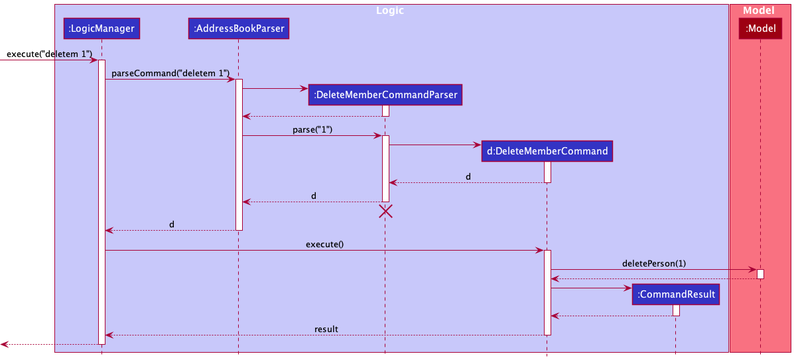
Above: docs/images/DeleteSequenceDiagram.png in nus-cs2103-AY2122S1/tp (PlantUML), before the change. Its source is kept beside it as docs/diagrams/DeleteSequenceDiagram.puml.
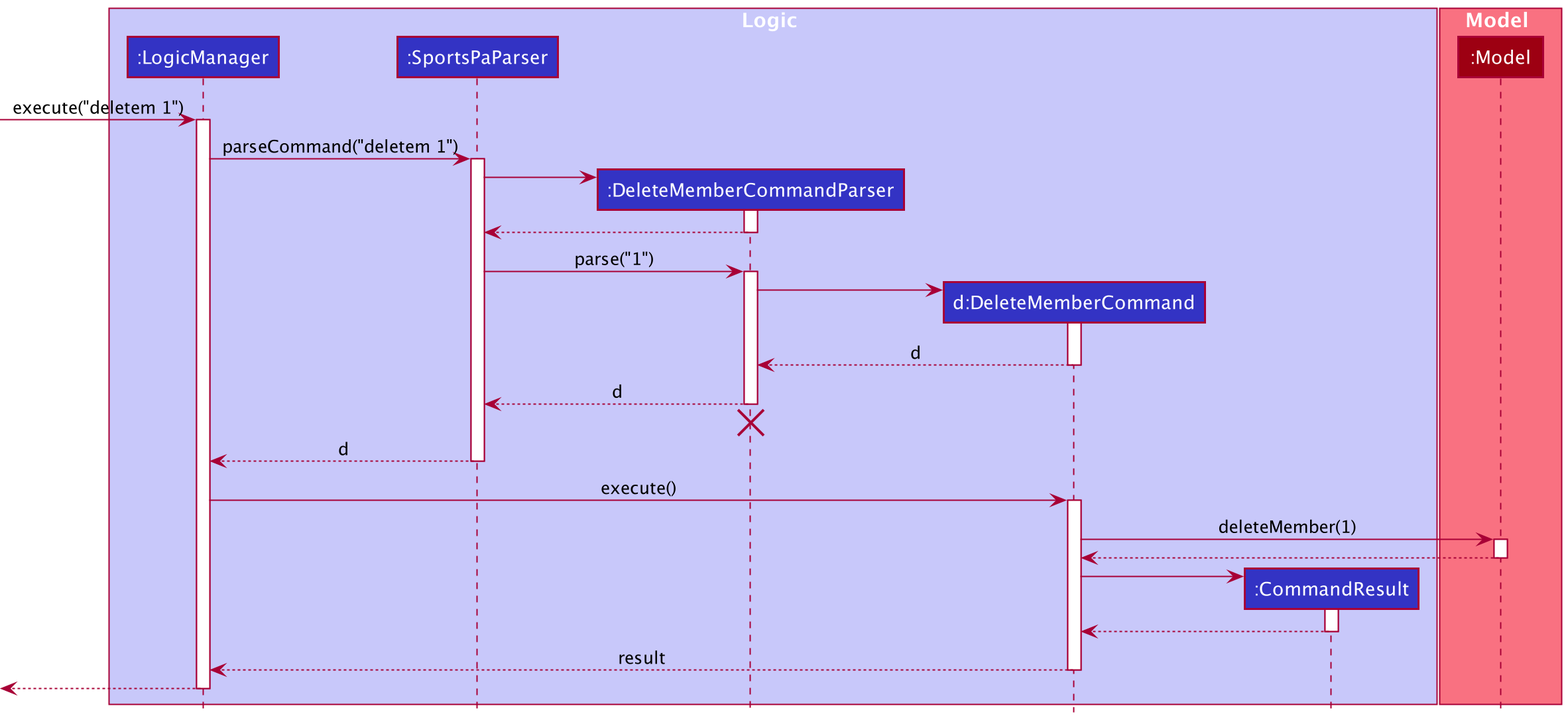
The same diagram one commit later.

Diff of the diagram source:
```diff
@@ -3,7 +3,7 @@
 
 box Logic LOGIC_COLOR_T1
 participant ":LogicManager" as LogicManager LOGIC_COLOR
-participant ":AddressBookParser" as AddressBookParser LOGIC_COLOR
+participant ":SportsPaParser" as SportsPaParser LOGIC_COLOR
 participant ":DeleteMemberCommandParser" as DeleteCommandParser LOGIC_COLOR
 participant "d:DeleteMemberCommand" as DeleteCommand LOGIC_COLOR
 participant ":CommandResult" as CommandResult LOGIC_COLOR
@@ -16,17 +16,17 @@
 [-> LogicManager : execute("deletem 1")
 activate LogicManager
 
-LogicManager -> AddressBookParser : parseCommand("deletem 1")
-activate AddressBookParser
+LogicManager -> SportsPaParser : parseCommand("deletem 1")
+activate SportsPaParser
 
 create DeleteCommandParser
-AddressBookParser -> DeleteCommandParser
+SportsPaParser -> DeleteCommandParser
 activate DeleteCommandParser
 
-DeleteCommandParser --> AddressBookParser
+DeleteCommandParser --> SportsPaParser
 deactivate DeleteCommandParser
 
-AddressBookParser -> DeleteCommandParser : parse("1")
+SportsPaParser -> DeleteCommandParser : parse("1")
 activate DeleteCommandParser
 
 create DeleteCommand
@@ -36,18 +36,18 @@
 DeleteCommand --> DeleteCommandParser : d
 deactivate DeleteCommand
 
-DeleteCommandParser --> AddressBookParser : d
+DeleteCommandParser --> SportsPaParser : d
 deactivate DeleteCommandParser
-DeleteCommandParser -[hidden]-> AddressBookParser
+DeleteCommandParser -[hidden]-> SportsPaParser
 destroy DeleteCommandParser
 
-AddressBookParser --> LogicManager : d
-deactivate AddressBookParser
+SportsPaParser --> LogicManager : d
+deactivate SportsPaParser
 
 LogicManager -> DeleteCommand : execute()
 activate DeleteCommand
 
-DeleteCommand -> Model : deletePerson(1)
+DeleteCommand -> Model : deleteMember(1)
 activate Model
 
 Model --> DeleteCommand
```
